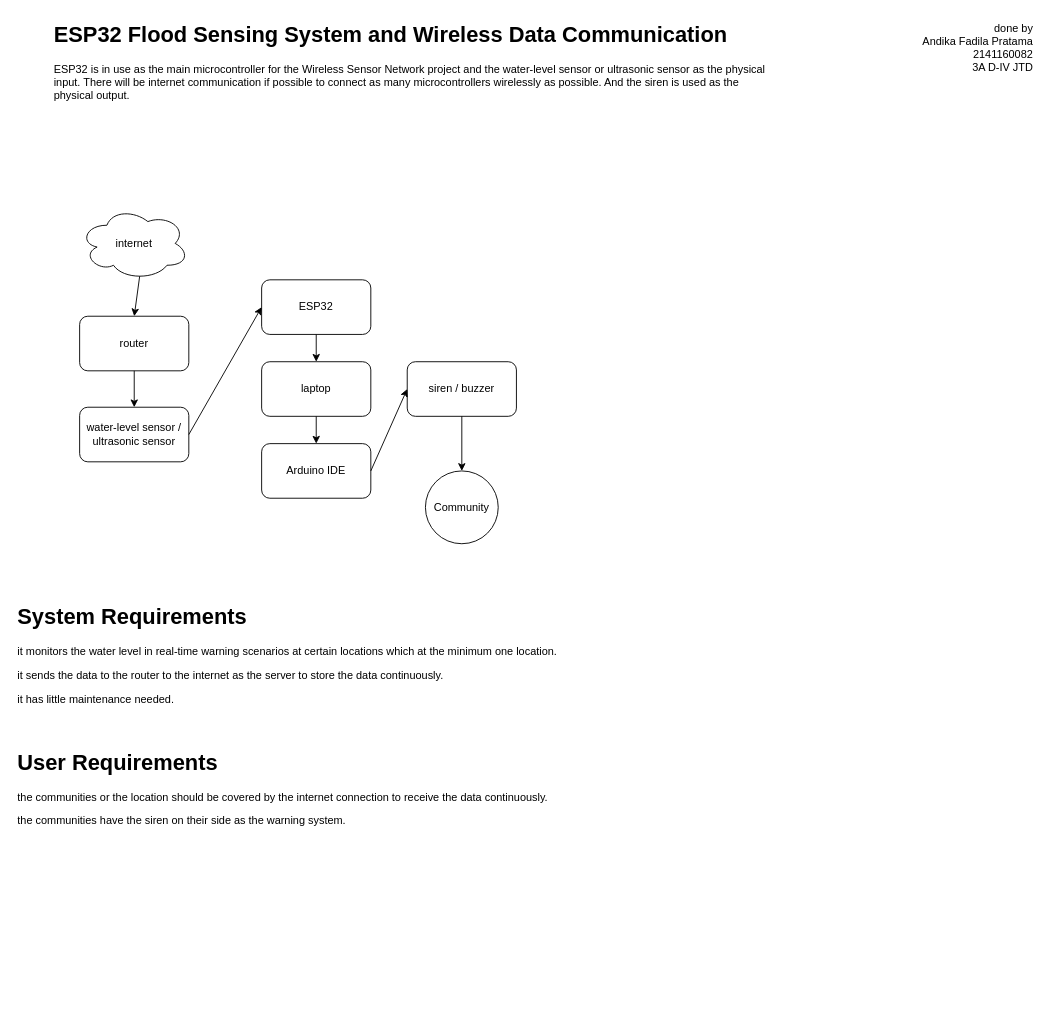
Before: WSN 4 Pre Thesis.drawio in troders34/troders34, a draw.io diagram. Source tidied: cells renumbered, new cells numbered last; positions are measured from the earlier drawing's top-left corner, leaving out a move shared by most shapes. Both pictures are drawn from the tidied source at 91%, with x=0, y=0 at pixel (15, 15).
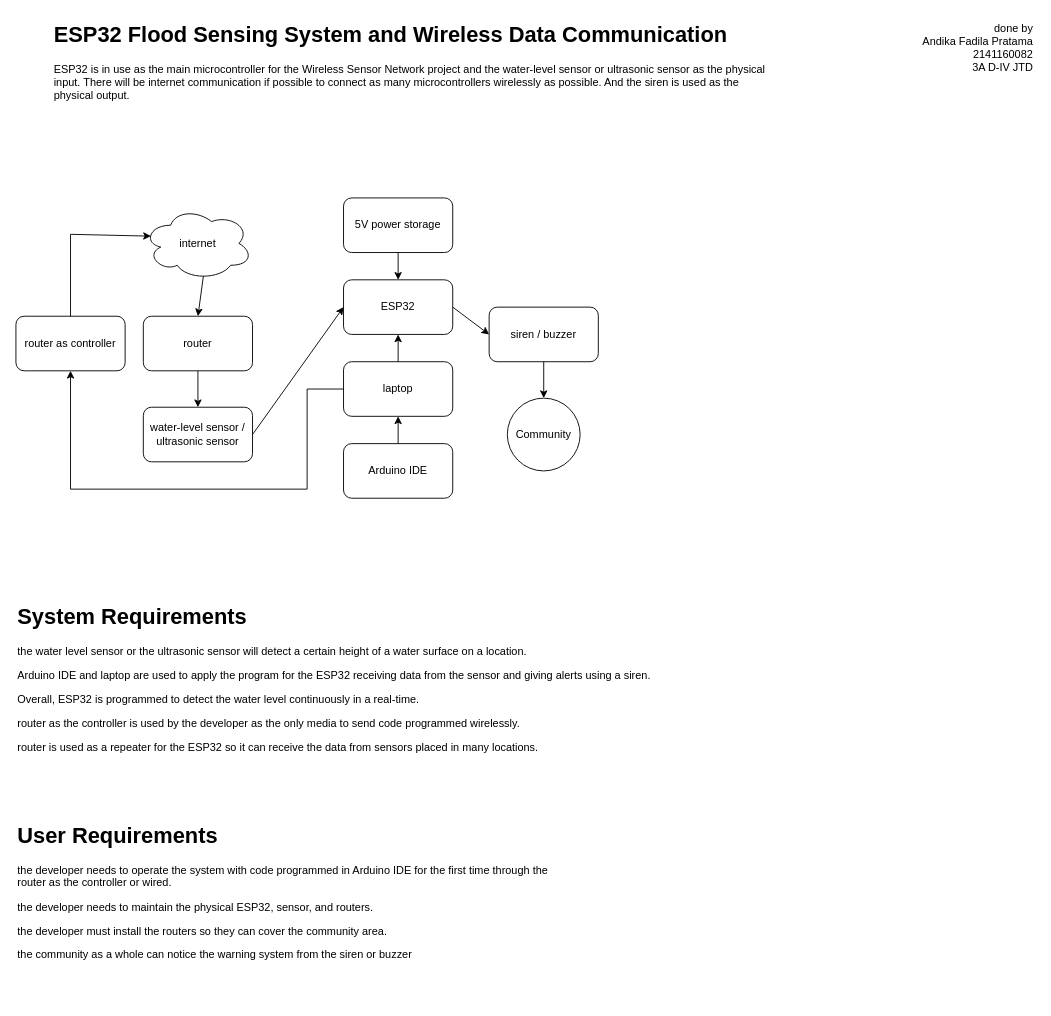
The same diagram, later.

What changed in the source:
```diff
@@
     <mxCell id="2" value="ESP32" style="rounded=1;whiteSpace=wrap;html=1;" parent="1" vertex="1">
-      <mxGeometry x="270" y="290" width="120" height="60" as="geometry" />
+      <mxGeometry x="360" y="290" width="120" height="60" as="geometry" />
     </mxCell>
     <mxCell id="3" value="water-level sensor / ultrasonic sensor" style="rounded=1;whiteSpace=wrap;html=1;" parent="1" vertex="1">
-      <mxGeometry x="70" y="430" width="120" height="60" as="geometry" />
+      <mxGeometry x="140" y="430" width="120" height="60" as="geometry" />
     </mxCell>
     <mxCell id="4" value="laptop" style="rounded=1;whiteSpace=wrap;html=1;" parent="1" vertex="1">
-      <mxGeometry x="270" y="380" width="120" height="60" as="geometry" />
+      <mxGeometry x="360" y="380" width="120" height="60" as="geometry" />
     </mxCell>
     <mxCell id="5" value="router" style="rounded=1;whiteSpace=wrap;html=1;" parent="1" vertex="1">
-      <mxGeometry x="70" y="330" width="120" height="60" as="geometry" />
+      <mxGeometry x="140" y="330" width="120" height="60" as="geometry" />
     </mxCell>
     <mxCell id="6" value="internet" style="ellipse;shape=cloud;whiteSpace=wrap;html=1;" parent="1" vertex="1">
-      <mxGeometry x="70" y="210" width="120" height="80" as="geometry" />
+      <mxGeometry x="140" y="210" width="120" height="80" as="geometry" />
     </mxCell>
     <mxCell id="7" value="siren / buzzer" style="rounded=1;whiteSpace=wrap;html=1;" parent="1" vertex="1">
-      <mxGeometry x="430" y="380" width="120" height="60" as="geometry" />
+      <mxGeometry x="520" y="320" width="120" height="60" as="geometry" />
     </mxCell>
     <mxCell id="8" value="Arduino IDE" style="rounded=1;whiteSpace=wrap;html=1;" parent="1" vertex="1">
-      <mxGeometry x="270" y="470" width="120" height="60" as="geometry" />
+      <mxGeometry x="360" y="470" width="120" height="60" as="geometry" />
     </mxCell>
     <mxCell id="9" value="Community" style="ellipse;whiteSpace=wrap;html=1;" parent="1" vertex="1">
-      <mxGeometry x="450" y="500" width="80" height="80" as="geometry" />
+      <mxGeometry x="540" y="420" width="80" height="80" as="geometry" />
     </mxCell>
@@
-    <mxCell id="13" style="endArrow=classic;html=1;rounded=0;exitX=0.5;exitY=1;exitDx=0;exitDy=0;entryX=0.5;entryY=0;entryDx=0;entryDy=0;" parent="1" edge="1" source="2" target="4">
-      <mxGeometry relative="1" as="geometry" />
-    </mxCell>
-    <mxCell id="14" style="endArrow=classic;html=1;rounded=0;exitX=0.5;exitY=1;exitDx=0;exitDy=0;entryX=0.5;entryY=0;entryDx=0;entryDy=0;" parent="1" edge="1" source="4" target="8">
-      <mxGeometry relative="1" as="geometry" />
-    </mxCell>
-    <mxCell id="15" style="endArrow=classic;html=1;rounded=0;exitX=1;exitY=0.5;exitDx=0;exitDy=0;entryX=0;entryY=0.5;entryDx=0;entryDy=0;" parent="1" edge="1" source="8" target="7">
+    <mxCell id="15" style="endArrow=classic;html=1;rounded=0;exitX=1;exitY=0.5;exitDx=0;exitDy=0;entryX=0;entryY=0.5;entryDx=0;entryDy=0;" parent="1" edge="1" source="2" target="7">
       <mxGeometry relative="1" as="geometry" />
     </mxCell>
@@
-    <mxCell id="18" value="&lt;h1 style=&quot;margin-top: 0px;&quot;&gt;System Requirements&lt;/h1&gt;&lt;p&gt;it monitors the water level in real-time warning scenarios at certain locations which at the minimum one location.&lt;/p&gt;&lt;p&gt;it sends the data to the router to the internet as the server to store the data continuously.&lt;/p&gt;&lt;p&gt;it has little maintenance needed.&lt;/p&gt;" style="text;html=1;whiteSpace=wrap;overflow=hidden;rounded=0;" parent="1" vertex="1">
-      <mxGeometry y="640" width="760" height="120" as="geometry" />
+    <mxCell id="18" value="&lt;h1 style=&quot;margin-top: 0px;&quot;&gt;System Requirements&lt;/h1&gt;&lt;p&gt;the water level sensor or the ultrasonic sensor will detect a certain height of a water surface on a location.&lt;/p&gt;&lt;p&gt;Arduino IDE and laptop are used to apply the program for the ESP32 receiving data from the sensor and giving alerts using a siren.&lt;/p&gt;&lt;p&gt;Overall, ESP32 is programmed to detect the water level continuously in a real-time.&lt;/p&gt;&lt;p&gt;&lt;span style=&quot;background-color: initial;&quot;&gt;router as the controller is used by the developer as the only media to send code programmed wirelessly.&lt;/span&gt;&lt;br&gt;&lt;/p&gt;&lt;p&gt;&lt;span style=&quot;background-color: initial;&quot;&gt;router is used as a repeater for the ESP32 so it can receive the data from sensors placed in many locations.&lt;/span&gt;&lt;/p&gt;" style="text;html=1;whiteSpace=wrap;overflow=hidden;rounded=0;" parent="1" vertex="1">
+      <mxGeometry y="640" width="760" height="200" as="geometry" />
     </mxCell>
-    <mxCell id="19" value="&lt;h1 style=&quot;margin-top: 0px;&quot;&gt;User Requirements&lt;/h1&gt;&lt;p&gt;&lt;span style=&quot;background-color: initial;&quot;&gt;the communities or the location should be covered by the internet connection to receive the data continuously.&lt;/span&gt;&lt;br&gt;&lt;/p&gt;&lt;p&gt;&lt;span style=&quot;background-color: initial;&quot;&gt;the communities have the siren on their side as the warning system.&lt;/span&gt;&lt;/p&gt;" style="text;html=1;whiteSpace=wrap;overflow=hidden;rounded=0;" parent="1" vertex="1">
-      <mxGeometry y="800" width="600" height="160" as="geometry" />
+    <mxCell id="19" value="&lt;h1 style=&quot;margin-top: 0px;&quot;&gt;User Requirements&lt;/h1&gt;&lt;p&gt;&lt;span style=&quot;background-color: initial;&quot;&gt;the developer needs to operate the system with code programmed in Arduino IDE for the first time through the router as the controller or wired.&lt;/span&gt;&lt;br&gt;&lt;/p&gt;&lt;p&gt;&lt;span style=&quot;background-color: initial;&quot;&gt;the developer needs to maintain the physical ESP32, sensor, and routers.&lt;/span&gt;&lt;/p&gt;&lt;p&gt;&lt;span style=&quot;background-color: initial;&quot;&gt;the developer must install the routers so they can cover the community area.&lt;/span&gt;&lt;/p&gt;&lt;p&gt;&lt;span style=&quot;background-color: initial;&quot;&gt;the community as a whole can notice the warning system from the siren or buzzer&lt;/span&gt;&lt;/p&gt;" style="text;html=1;whiteSpace=wrap;overflow=hidden;rounded=0;" parent="1" vertex="1">
+      <mxGeometry y="880" width="600" height="200" as="geometry" />
     </mxCell>
@@
+    <mxCell id="21" value="5V power storage&lt;div&gt;&lt;/div&gt;" style="rounded=1;whiteSpace=wrap;html=1;" parent="1" vertex="1">
+      <mxGeometry x="360" y="200" width="120" height="60" as="geometry" />
+    </mxCell>
+    <mxCell id="22" style="endArrow=classic;html=1;rounded=0;exitX=0.5;exitY=1;exitDx=0;exitDy=0;entryX=0.5;entryY=0;entryDx=0;entryDy=0;" parent="1" edge="1" source="21" target="2">
+      <mxGeometry relative="1" as="geometry" />
+    </mxCell>
+    <mxCell id="23" style="endArrow=classic;html=1;rounded=0;entryX=0.5;entryY=1;entryDx=0;entryDy=0;exitX=0.5;exitY=0;exitDx=0;exitDy=0;" parent="1" edge="1" source="8" target="4">
+      <mxGeometry relative="1" as="geometry" />
+    </mxCell>
+    <mxCell id="24" value="router as controller" style="rounded=1;whiteSpace=wrap;html=1;" parent="1" vertex="1">
+      <mxGeometry y="330" width="120" height="60" as="geometry" />
+    </mxCell>
+    <mxCell id="25" style="endArrow=classic;html=1;rounded=0;entryX=0.5;entryY=1;entryDx=0;entryDy=0;exitX=0.5;exitY=0;exitDx=0;exitDy=0;" parent="1" edge="1" source="4" target="2">
+      <mxGeometry relative="1" as="geometry" />
+    </mxCell>
+    <mxCell id="26" style="endArrow=classic;html=1;rounded=0;entryX=0.5;entryY=1;entryDx=0;entryDy=0;exitX=0;exitY=0.5;exitDx=0;exitDy=0;" parent="1" edge="1" source="4" target="24">
+      <mxGeometry relative="1" as="geometry">
+        <Array as="points">
+          <mxPoint x="320" y="410" />
+          <mxPoint x="320" y="520" />
+          <mxPoint x="60" y="520" />
+        </Array>
+      </mxGeometry>
+    </mxCell>
+    <mxCell id="27" style="endArrow=classic;html=1;rounded=0;entryX=0.07;entryY=0.4;entryDx=0;entryDy=0;entryPerimeter=0;exitX=0.5;exitY=0;exitDx=0;exitDy=0;" parent="1" edge="1" source="24" target="6">
+      <mxGeometry relative="1" as="geometry">
+        <Array as="points">
+          <mxPoint x="60" y="240" />
+        </Array>
+      </mxGeometry>
+    </mxCell>
```
